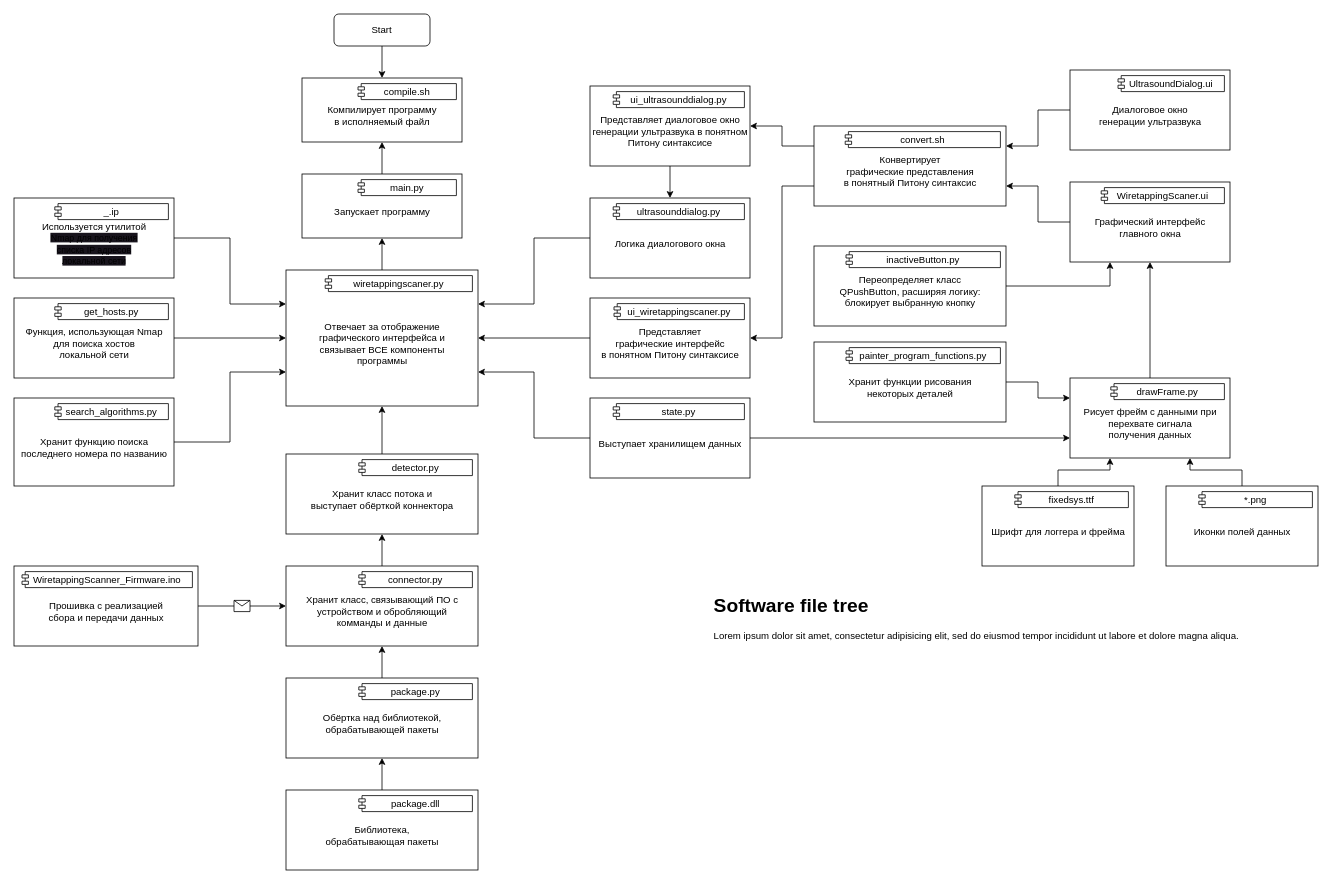
Before: page "Software file tree" (6 of 6) of schemes/Wiretapping Scanner.drawio in Nakama3942/WiretappingScanner, a draw.io diagram. Source tidied: cells renumbered, new cells numbered last; positions are measured from the earlier drawing's top-left corner, leaving out a move shared by most shapes. Both pictures are drawn from the tidied source at 80%, with x=0, y=0 at pixel (14, 14).
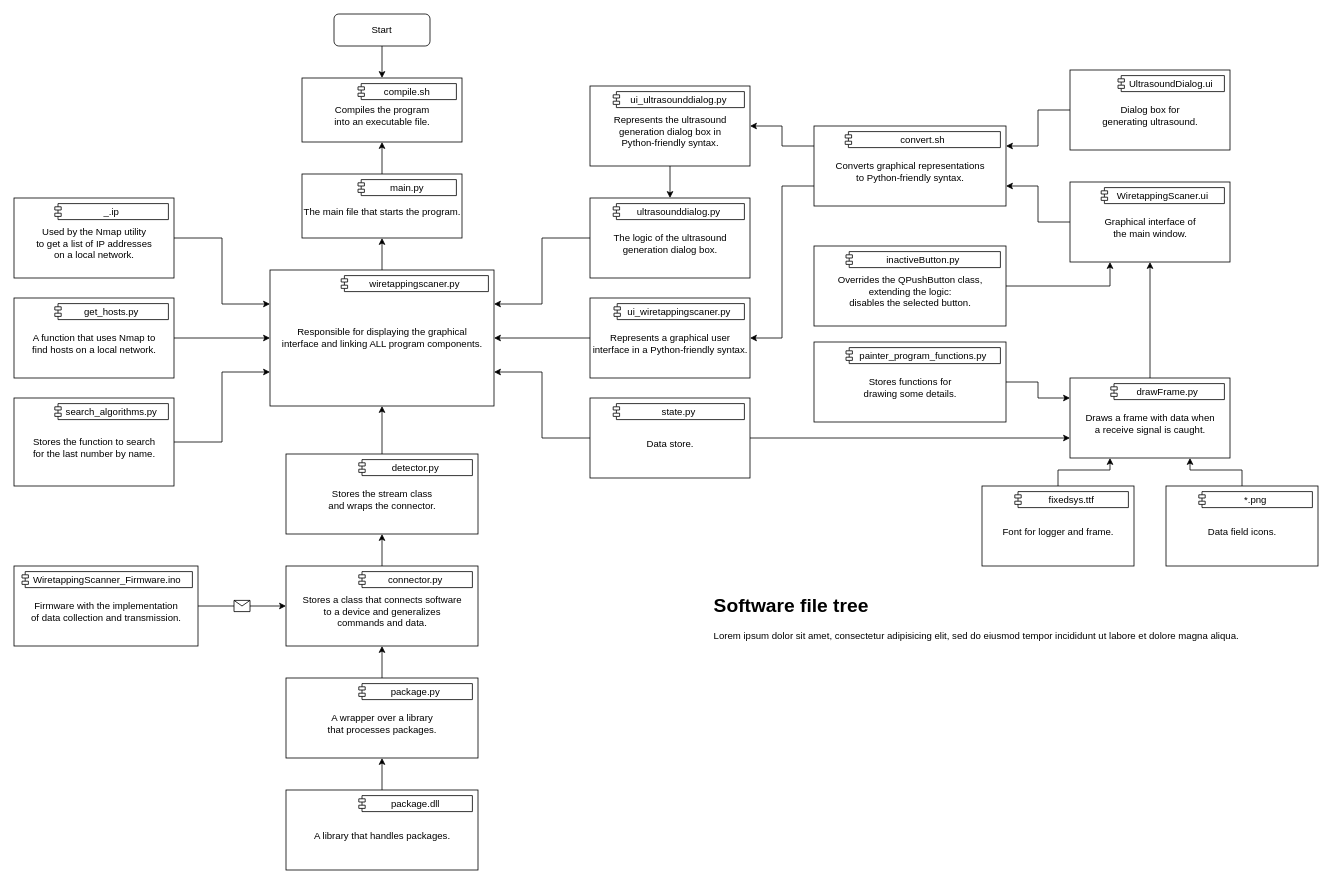
The same diagram, later.

Change to the diagram source:
```diff
@@
-    <mxCell id="5" value="&lt;br&gt;Используется утилитой&lt;br style=&quot;font-size: 11px;&quot;&gt;&lt;span style=&quot;font-size: 11px; background-color: rgb(24, 20, 29);&quot;&gt;Nmap для получения&lt;/span&gt;&lt;br style=&quot;font-size: 11px;&quot;&gt;&lt;span style=&quot;font-size: 11px; background-color: rgb(24, 20, 29);&quot;&gt;списка IP адресов&lt;/span&gt;&lt;br style=&quot;font-size: 11px;&quot;&gt;&lt;span style=&quot;font-size: 11px; background-color: rgb(24, 20, 29);&quot;&gt;локальной сети&lt;/span&gt;" style="html=1;" parent="1" vertex="1">
+    <mxCell id="5" value="&lt;br&gt;Used by the Nmap utility&lt;br&gt;to get a list of IP addresses&lt;br&gt;on a local network." style="html=1;" parent="1" vertex="1">
       <mxGeometry y="230" width="200" height="100" as="geometry" />
     </mxCell>
@@
-    <mxCell id="8" value="&lt;br&gt;Запускает программу" style="html=1;" parent="1" vertex="1">
+    <mxCell id="8" value="&lt;br&gt;The main file that starts the program." style="html=1;" parent="1" vertex="1">
       <mxGeometry x="360" y="200" width="200" height="80" as="geometry" />
     </mxCell>
@@
-    <mxCell id="11" value="&lt;br&gt;Отвечает за отображение&lt;br&gt;графического интерфейса и&lt;br&gt;связывает ВСЕ компоненты&lt;br&gt;программы" style="html=1;" parent="1" vertex="1">
-      <mxGeometry x="340" y="320" width="240" height="170" as="geometry" />
+    <mxCell id="11" value="Responsible for displaying the graphical&lt;br&gt;interface and linking ALL program components." style="html=1;" parent="1" vertex="1">
+      <mxGeometry x="320" y="320" width="280" height="170" as="geometry" />
     </mxCell>
@@
-    <mxCell id="14" value="&lt;br&gt;Представляет&lt;br&gt;графические интерфейс&lt;br&gt;в понятном Питону синтаксисе" style="html=1;" parent="1" vertex="1">
+    <mxCell id="14" value="&lt;br&gt;Represents a graphical user&lt;br&gt;interface in a Python-friendly syntax." style="html=1;" parent="1" vertex="1">
       <mxGeometry x="720" y="355" width="200" height="100" as="geometry" />
     </mxCell>
@@
-    <mxCell id="17" value="&lt;br&gt;Логика диалогового окна" style="html=1;" parent="1" vertex="1">
+    <mxCell id="17" value="&lt;br&gt;The logic of the ultrasound&lt;br&gt;generation dialog box." style="html=1;" parent="1" vertex="1">
       <mxGeometry x="720" y="230" width="200" height="100" as="geometry" />
     </mxCell>
@@
-    <mxCell id="20" value="&lt;br&gt;Представляет диалоговое окно&lt;br&gt;генерации ультразвука в понятном&lt;br&gt;Питону синтаксисе" style="html=1;" parent="1" vertex="1">
+    <mxCell id="20" value="&lt;br&gt;Represents the ultrasound&lt;br&gt;generation dialog box in&lt;br&gt;Python-friendly syntax." style="html=1;" parent="1" vertex="1">
       <mxGeometry x="720" y="90" width="200" height="100" as="geometry" />
     </mxCell>
@@
-    <mxCell id="23" value="&lt;br&gt;Переопределяет класс&lt;br&gt;QPushButton&lt;span style=&quot;background-color: initial;&quot;&gt;,&amp;nbsp;&lt;/span&gt;расширяя логику:&lt;br&gt;блокирует выбранную кнопку" style="html=1;" parent="1" vertex="1">
+    <mxCell id="23" value="&lt;br&gt;Overrides the QPushButton class,&lt;br&gt;extending the logic:&lt;br&gt;disables the selected button." style="html=1;" parent="1" vertex="1">
       <mxGeometry x="1000" y="290" width="240" height="100" as="geometry" />
     </mxCell>
@@
-    <mxCell id="26" value="&lt;br&gt;Рисует фрейм с данными при&lt;br&gt;перехвате сигнала&lt;br&gt;получения данных" style="html=1;" parent="1" vertex="1">
+    <mxCell id="26" value="&lt;br&gt;Draws a frame with data when&lt;br&gt;a receive signal is caught." style="html=1;" parent="1" vertex="1">
       <mxGeometry x="1320" y="455" width="200" height="100" as="geometry" />
     </mxCell>
@@
-    <mxCell id="29" value="&lt;br&gt;Хранит класс потока и&lt;br&gt;выступает обёрткой коннектора" style="html=1;" parent="1" vertex="1">
+    <mxCell id="29" value="&lt;br&gt;Stores the stream class&lt;br&gt;and wraps the connector." style="html=1;" parent="1" vertex="1">
       <mxGeometry x="340" y="550" width="240" height="100" as="geometry" />
     </mxCell>
@@
-    <mxCell id="32" value="&lt;br&gt;Шрифт для логгера и фрейма" style="html=1;" parent="1" vertex="1">
+    <mxCell id="32" value="&lt;br&gt;Font for logger and frame." style="html=1;" parent="1" vertex="1">
       <mxGeometry x="1210" y="590" width="190" height="100" as="geometry" />
     </mxCell>
@@
-    <mxCell id="35" value="&lt;br&gt;Хранит функцию поиска&lt;br&gt;последнего номера по названию" style="html=1;" parent="1" vertex="1">
+    <mxCell id="35" value="&lt;br&gt;Stores the function to search&lt;br&gt;for the last number by name." style="html=1;" parent="1" vertex="1">
       <mxGeometry y="480" width="200" height="110" as="geometry" />
     </mxCell>
@@
-    <mxCell id="38" value="&lt;br&gt;Функция, использующая Nmap&lt;br&gt;для поиска хостов&lt;br&gt;локальной сети" style="html=1;" parent="1" vertex="1">
+    <mxCell id="38" value="&lt;br&gt;A function that uses Nmap to&lt;br&gt;find hosts on a local network." style="html=1;" parent="1" vertex="1">
       <mxGeometry y="355" width="200" height="100" as="geometry" />
     </mxCell>
@@
-    <mxCell id="42" value="&lt;br&gt;Выступает хранилищем данных" style="html=1;" parent="1" vertex="1">
+    <mxCell id="42" value="&lt;br&gt;Data store." style="html=1;" parent="1" vertex="1">
       <mxGeometry x="720" y="480" width="200" height="100" as="geometry" />
     </mxCell>
@@
-    <mxCell id="45" value="&lt;br&gt;Иконки полей данных" style="html=1;" parent="1" vertex="1">
+    <mxCell id="45" value="&lt;br&gt;Data field icons." style="html=1;" parent="1" vertex="1">
       <mxGeometry x="1440" y="590" width="190" height="100" as="geometry" />
     </mxCell>
@@
-    <mxCell id="48" value="&lt;br&gt;Хранит функции рисования&lt;br&gt;некоторых деталей" style="html=1;" parent="1" vertex="1">
+    <mxCell id="48" value="&lt;br&gt;Stores functions for&lt;br&gt;drawing some details." style="html=1;" parent="1" vertex="1">
       <mxGeometry x="1000" y="410" width="240" height="100" as="geometry" />
     </mxCell>
@@
-    <mxCell id="51" value="&lt;br&gt;Хранит класс, связывающий ПО с&lt;br&gt;устройством и обробляющий&lt;br&gt;комманды и данные" style="html=1;" parent="1" vertex="1">
+    <mxCell id="51" value="&lt;br&gt;Stores a class that connects software&lt;br&gt;to a device and generalizes&lt;br&gt;commands and data." style="html=1;" parent="1" vertex="1">
       <mxGeometry x="340" y="690" width="240" height="100" as="geometry" />
     </mxCell>
@@
-    <mxCell id="54" value="&lt;br&gt;Обёртка над библиотекой,&lt;br&gt;обрабатывающей пакеты" style="html=1;" parent="1" vertex="1">
+    <mxCell id="54" value="&lt;br&gt;A wrapper over a library&lt;br&gt;that processes packages." style="html=1;" parent="1" vertex="1">
       <mxGeometry x="340" y="830" width="240" height="100" as="geometry" />
     </mxCell>
@@
-    <mxCell id="57" value="&lt;br&gt;Библиотека,&lt;br&gt;обрабатывающая пакеты" style="html=1;" parent="1" vertex="1">
+    <mxCell id="57" value="&lt;br&gt;A library that handles packages." style="html=1;" parent="1" vertex="1">
       <mxGeometry x="340" y="970" width="240" height="100" as="geometry" />
     </mxCell>
@@
-    <mxCell id="61" value="&lt;br&gt;Конвертирует&lt;br&gt;графические представления&lt;br&gt;в понятный Питону синтаксис" style="html=1;" parent="1" vertex="1">
+    <mxCell id="61" value="&lt;br&gt;Converts graphical representations&lt;br&gt;to Python-friendly syntax." style="html=1;" parent="1" vertex="1">
       <mxGeometry x="1000" y="140" width="240" height="100" as="geometry" />
     </mxCell>
@@
-    <mxCell id="63" value="&lt;br&gt;Компилирует программу&lt;br&gt;в исполняемый файл" style="html=1;" parent="1" vertex="1">
+    <mxCell id="63" value="&lt;br&gt;Compiles the program&lt;br&gt;into an executable file." style="html=1;" parent="1" vertex="1">
       <mxGeometry x="360" y="80" width="200" height="80" as="geometry" />
     </mxCell>
@@
-    <mxCell id="65" value="&lt;br&gt;Прошивка с реализацией&lt;br&gt;сбора и передачи данных" style="html=1;" parent="1" vertex="1">
+    <mxCell id="65" value="&lt;br&gt;Firmware with the implementation&lt;br&gt;of data collection and transmission." style="html=1;" parent="1" vertex="1">
       <mxGeometry y="690" width="230" height="100" as="geometry" />
     </mxCell>
@@
-    <mxCell id="68" value="&lt;br&gt;Диалоговое окно&lt;br&gt;генерации ультразвука" style="html=1;" parent="1" vertex="1">
+    <mxCell id="68" value="&lt;br&gt;Dialog box for&lt;br&gt;generating ultrasound." style="html=1;" parent="1" vertex="1">
       <mxGeometry x="1320" y="70" width="200" height="100" as="geometry" />
     </mxCell>
@@
-    <mxCell id="71" value="&lt;br&gt;Графический интерфейс&lt;br&gt;главного окна" style="html=1;" parent="1" vertex="1">
+    <mxCell id="71" value="&lt;br&gt;Graphical interface of&lt;br&gt;the main window." style="html=1;" parent="1" vertex="1">
       <mxGeometry x="1320" y="210" width="200" height="100" as="geometry" />
     </mxCell>
```
